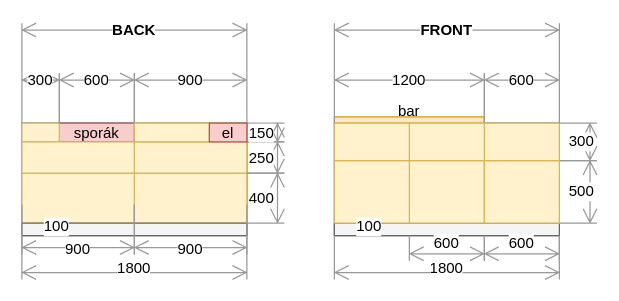
Earlier version of the draw.io diagram page "Page-1" (1 of 2) of docs/src/static/drawings/kitchen.island.drawio (surquest/flat-renovation). Source tidied: cells renumbered, new cells numbered last; positions are measured from the earlier drawing's top-left corner, leaving out a move shared by most shapes. Both pictures are drawn from the tidied source at 125%, with x=0, y=0 at pixel (21, 22).
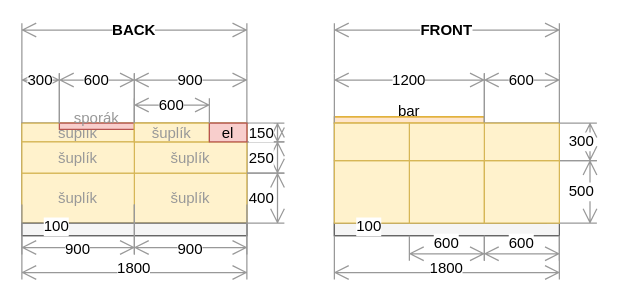
The same diagram, later.

Commit message (it also covers changes not shown here):
Redraw kitchen

Change to the diagram source:
```diff
@@
+    <mxCell id="9" value="šuplík" style="rounded=0;whiteSpace=wrap;html=1;fillColor=#fff2cc;strokeColor=#d6b656;fontColor=#999999;" parent="1" vertex="1">
+      <mxGeometry y="80" width="90" height="15" as="geometry" />
+    </mxCell>
-    <mxCell id="3" style="rounded=0;whiteSpace=wrap;html=1;fillColor=#fff2cc;strokeColor=#d6b656;" parent="1" vertex="1">
+    <mxCell id="3" value="šuplík" style="rounded=0;whiteSpace=wrap;html=1;fillColor=#fff2cc;strokeColor=#d6b656;fontColor=#999999;" parent="1" vertex="1">
       <mxGeometry x="90" y="120" width="90" height="40" as="geometry" />
     </mxCell>
-    <mxCell id="4" style="rounded=0;whiteSpace=wrap;html=1;fillColor=#fff2cc;strokeColor=#d6b656;" parent="1" vertex="1">
+    <mxCell id="4" value="šuplík" style="rounded=0;whiteSpace=wrap;html=1;fillColor=#fff2cc;strokeColor=#d6b656;fontColor=#999999;" parent="1" vertex="1">
       <mxGeometry y="120" width="90" height="40" as="geometry" />
     </mxCell>
@@
-    <mxCell id="6" value="sporák" style="rounded=0;whiteSpace=wrap;html=1;fillColor=#f8cecc;strokeColor=#b85450;" parent="1" vertex="1">
-      <mxGeometry x="30" y="80" width="60" height="15" as="geometry" />
+    <mxCell id="6" value="sporák" style="rounded=0;whiteSpace=wrap;html=1;fillColor=#f8cecc;strokeColor=#b85450;verticalAlign=bottom;fontColor=#999999;" parent="1" vertex="1">
+      <mxGeometry x="30" y="80" width="60" height="5" as="geometry" />
     </mxCell>
@@
-    <mxCell id="8" style="rounded=0;whiteSpace=wrap;html=1;fillColor=#fff2cc;strokeColor=#d6b656;" parent="1" vertex="1">
+    <mxCell id="8" value="šuplík" style="rounded=0;whiteSpace=wrap;html=1;fillColor=#fff2cc;strokeColor=#d6b656;fontColor=#999999;" parent="1" vertex="1">
       <mxGeometry x="90" y="95" width="90" height="25" as="geometry" />
     </mxCell>
-    <mxCell id="9" style="rounded=0;whiteSpace=wrap;html=1;fillColor=#fff2cc;strokeColor=#d6b656;" parent="1" vertex="1">
-      <mxGeometry y="80" width="30" height="15" as="geometry" />
-    </mxCell>
-    <mxCell id="10" style="rounded=0;whiteSpace=wrap;html=1;fillColor=#fff2cc;strokeColor=#d6b656;" parent="1" vertex="1">
+    <mxCell id="10" value="šuplík" style="rounded=0;whiteSpace=wrap;html=1;fillColor=#fff2cc;strokeColor=#d6b656;fontColor=#999999;" parent="1" vertex="1">
       <mxGeometry y="95" width="90" height="25" as="geometry" />
     </mxCell>
@@
-    <mxCell id="38" style="rounded=0;whiteSpace=wrap;html=1;fillColor=#fff2cc;strokeColor=#d6b656;" parent="1" vertex="1">
+    <mxCell id="38" value="šuplík" style="rounded=0;whiteSpace=wrap;html=1;fillColor=#fff2cc;strokeColor=#d6b656;fontColor=#999999;" parent="1" vertex="1">
       <mxGeometry x="90" y="80" width="60" height="15" as="geometry" />
     </mxCell>
@@
+    <mxCell id="42" value="600" style="shape=dimension;direction=west;whiteSpace=wrap;html=1;align=center;verticalAlign=top;spacingTop=-8;labelBackgroundColor=#ffffff;strokeColor=#999999;" parent="1" vertex="1">
+      <mxGeometry x="90" y="60" width="60" height="20" as="geometry" />
+    </mxCell>
```
